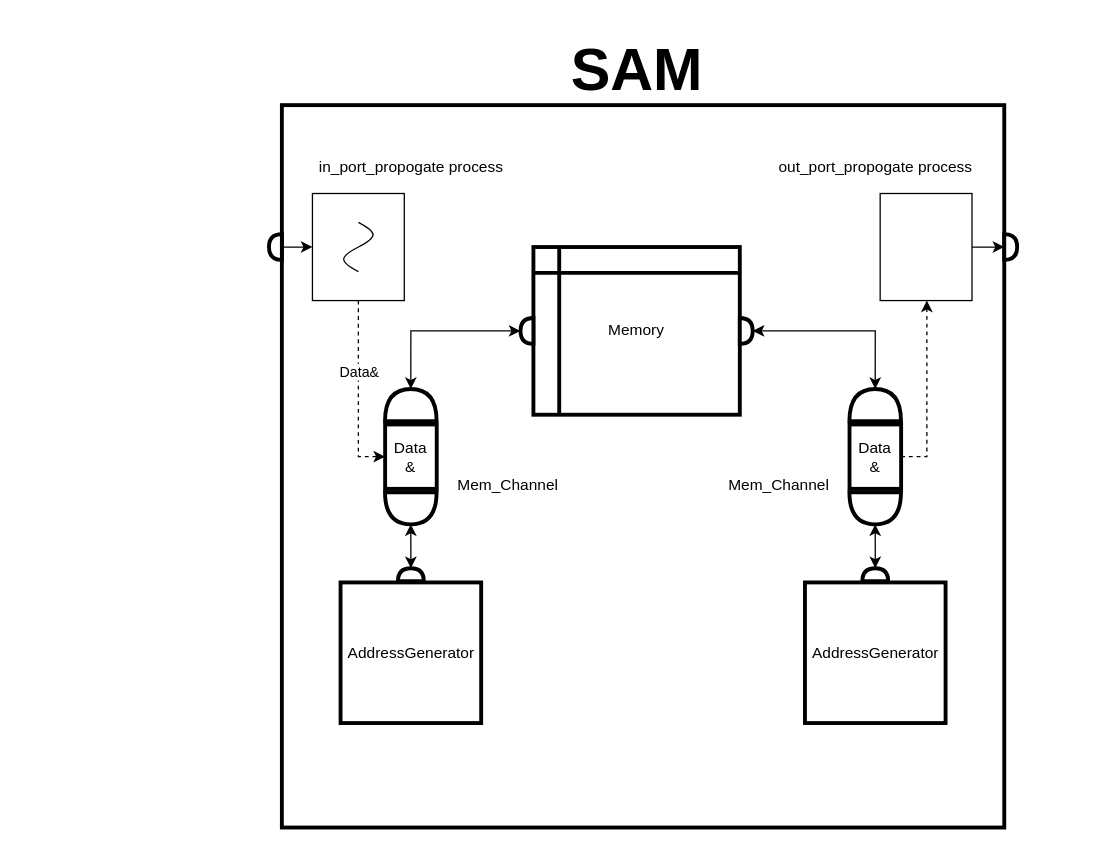
Before: src/ArchBlockDiagram/SAM.dio in Sparkles-Qemu/qemu_system_integration, a draw.io diagram. Source tidied: cells renumbered, new cells numbered last; positions are measured from the earlier drawing's top-left corner, leaving out a move shared by most shapes. Both pictures are drawn from the tidied source at 129%, with x=0, y=0 at pixel (268, 50).
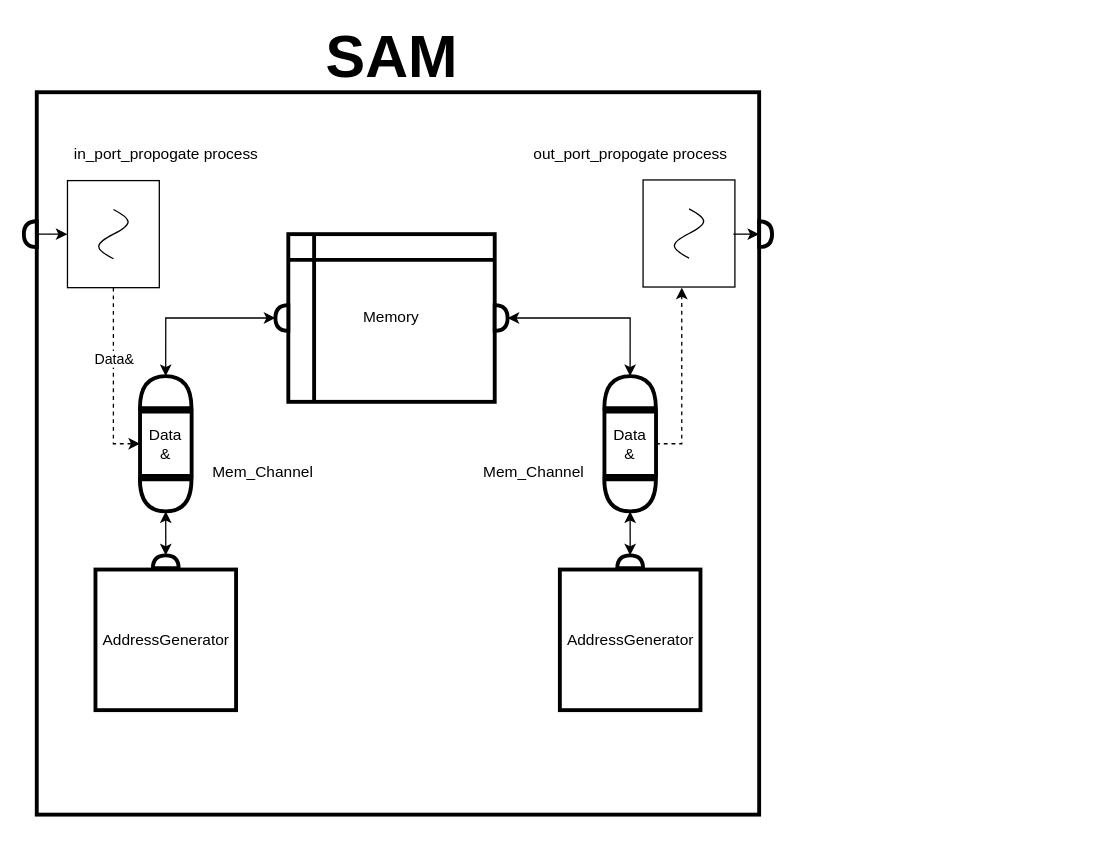
After the change.

Unchanged cells that the change refers to:
```xml
<mxCell id="7" style="shape=or;whiteSpace=wrap;html=1;strokeWidth=3;fillColor=none;rotation=-90;" parent="6" vertex="1">
  <mxGeometry x="7.5" y="-7.5" width="24.9" height="40" as="geometry" />
</mxCell>
<mxCell id="8" value="Data&lt;br&gt;&amp;amp;" style="rounded=0;whiteSpace=wrap;html=1;strokeWidth=3;fillColor=none;rotation=90;horizontal=0;direction=north;" parent="6" vertex="1">
  <mxGeometry x="-4.9" y="32.5" width="49.9" height="40" as="geometry" />
</mxCell>
<mxCell id="9" style="shape=or;whiteSpace=wrap;html=1;strokeWidth=3;fillColor=none;rotation=90;" parent="6" vertex="1">
  <mxGeometry x="7.5" y="72.5" width="24.9" height="40" as="geometry" />
</mxCell>
<mxCell id="14" style="shape=or;whiteSpace=wrap;html=1;strokeWidth=3;fillColor=none;rotation=-90;" parent="13" vertex="1">
  <mxGeometry x="7.5" y="-7.5" width="24.9" height="40" as="geometry" />
</mxCell>
<mxCell id="15" value="Data&lt;br&gt;&amp;amp;" style="rounded=0;whiteSpace=wrap;html=1;strokeWidth=3;fillColor=none;rotation=90;horizontal=0;direction=north;" parent="13" vertex="1">
  <mxGeometry x="-4.9" y="32.5" width="49.9" height="40" as="geometry" />
</mxCell>
<mxCell id="16" style="shape=or;whiteSpace=wrap;html=1;strokeWidth=3;fillColor=none;rotation=90;" parent="13" vertex="1">
  <mxGeometry x="7.5" y="72.5" width="24.9" height="40" as="geometry" />
</mxCell>
<mxCell id="32" style="rounded=0;whiteSpace=wrap;html=1;fillColor=none;" parent="30" vertex="1">
  <mxGeometry width="71.2" height="83" as="geometry" />
</mxCell>
```

The edit, as a diff of the source:
```diff
@@
-    <mxCell id="2" style="group;" parent="1" vertex="1">
-      <mxGeometry width="630" height="602" as="geometry" />
-    </mxCell>
-    <mxCell id="3" style="group;" parent="2" vertex="1">
-      <mxGeometry width="630" height="602" as="geometry" />
-    </mxCell>
+    <mxCell id="40" style="group;" parent="1" vertex="1">
+      <mxGeometry x="-190" y="-10" width="580" height="602" as="geometry" />
+    </mxCell>
+    <mxCell id="41" style="group;" parent="40" vertex="1">
+      <mxGeometry x="480" y="110" width="71.2" height="83" as="geometry" />
+    </mxCell>
+    <mxCell id="42" style="verticalLabelPosition=bottom;shadow=0;dashed=0;align=center;html=1;verticalAlign=top;shape=mxgraph.electrical.waveforms.sine_wave;rotation=90;" parent="41" vertex="1">
+      <mxGeometry x="16.5" y="26.3" width="38.2" height="30.4" as="geometry" />
+    </mxCell>
+    <mxCell id="43" style="rounded=0;whiteSpace=wrap;html=1;fillColor=none;" parent="41" vertex="1">
+      <mxGeometry width="71.2" height="83" as="geometry" />
+    </mxCell>
-    <mxCell id="4" style="whiteSpace=wrap;html=1;strokeWidth=3;fillColor=none;" parent="3" vertex="1">
+    <mxCell id="4" style="whiteSpace=wrap;html=1;strokeWidth=3;fillColor=none;" parent="40" vertex="1">
       <mxGeometry x="10" y="42" width="560" height="560" as="geometry" />
     </mxCell>
-    <mxCell id="5" value="Memory" style="shape=internalStorage;whiteSpace=wrap;html=1;backgroundOutline=1;strokeWidth=3;fillColor=none;" parent="3" vertex="1">
+    <mxCell id="5" value="Memory" style="shape=internalStorage;whiteSpace=wrap;html=1;backgroundOutline=1;strokeWidth=3;fillColor=none;" parent="40" vertex="1">
       <mxGeometry x="205" y="152" width="160" height="130" as="geometry" />
     </mxCell>
-    <mxCell id="6" style="group;" parent="3" vertex="1">
+    <mxCell id="6" style="group;" parent="40" vertex="1">
       <mxGeometry x="90" y="262" width="40" height="104.9" as="geometry" />
     </mxCell>
@@
-    <mxCell id="10" style="shape=or;whiteSpace=wrap;html=1;strokeWidth=3;fillColor=#ffffff;rotation=-180;" parent="3" vertex="1">
+    <mxCell id="10" style="shape=or;whiteSpace=wrap;html=1;strokeWidth=3;fillColor=#ffffff;rotation=-180;" parent="40" vertex="1">
       <mxGeometry x="195" y="207" width="10" height="20" as="geometry" />
     </mxCell>
-    <mxCell id="11" style="edgeStyle=orthogonalEdgeStyle;rounded=0;jettySize=auto;html=1;exitX=1;exitY=0.5;exitDx=0;exitDy=0;exitPerimeter=0;entryX=1;entryY=0.5;entryDx=0;entryDy=0;entryPerimeter=0;startArrow=classic;startFill=1;" parent="3" edge="1" source="7" target="10">
+    <mxCell id="11" style="edgeStyle=orthogonalEdgeStyle;rounded=0;jettySize=auto;html=1;exitX=1;exitY=0.5;exitDx=0;exitDy=0;exitPerimeter=0;entryX=1;entryY=0.5;entryDx=0;entryDy=0;entryPerimeter=0;startArrow=classic;startFill=1;" parent="40" edge="1" source="7" target="10">
       <mxGeometry relative="1" as="geometry" />
     </mxCell>
-    <mxCell id="12" style="shape=or;whiteSpace=wrap;html=1;strokeWidth=3;fillColor=#ffffff;rotation=0;" parent="3" vertex="1">
+    <mxCell id="12" style="shape=or;whiteSpace=wrap;html=1;strokeWidth=3;fillColor=#ffffff;rotation=0;" parent="40" vertex="1">
       <mxGeometry x="365" y="207" width="10" height="20" as="geometry" />
     </mxCell>
-    <mxCell id="13" style="group;" parent="3" vertex="1">
+    <mxCell id="13" style="group;" parent="40" vertex="1">
       <mxGeometry x="450" y="262" width="40" height="104.9" as="geometry" />
     </mxCell>
@@
-    <mxCell id="17" style="edgeStyle=orthogonalEdgeStyle;rounded=0;jettySize=auto;html=1;entryX=1;entryY=0.5;entryDx=0;entryDy=0;entryPerimeter=0;startArrow=classic;startFill=1;" parent="3" edge="1" source="12" target="14">
+    <mxCell id="17" style="edgeStyle=orthogonalEdgeStyle;rounded=0;jettySize=auto;html=1;entryX=1;entryY=0.5;entryDx=0;entryDy=0;entryPerimeter=0;startArrow=classic;startFill=1;" parent="40" edge="1" source="12" target="14">
       <mxGeometry relative="1" as="geometry" />
     </mxCell>
-    <mxCell id="18" value="AddressGenerator" style="whiteSpace=wrap;html=1;strokeWidth=3;fillColor=none;" parent="3" vertex="1">
+    <mxCell id="18" value="AddressGenerator" style="whiteSpace=wrap;html=1;strokeWidth=3;fillColor=none;" parent="40" vertex="1">
       <mxGeometry x="55.5" y="412" width="109" height="109" as="geometry" />
     </mxCell>
-    <mxCell id="19" style="edgeStyle=orthogonalEdgeStyle;rounded=0;jettySize=auto;html=1;entryX=1;entryY=0.5;entryDx=0;entryDy=0;entryPerimeter=0;startArrow=classic;startFill=1;" parent="3" edge="1" source="20" target="9">
+    <mxCell id="19" style="edgeStyle=orthogonalEdgeStyle;rounded=0;jettySize=auto;html=1;entryX=1;entryY=0.5;entryDx=0;entryDy=0;entryPerimeter=0;startArrow=classic;startFill=1;" parent="40" edge="1" source="20" target="9">
       <mxGeometry relative="1" as="geometry" />
     </mxCell>
-    <mxCell id="20" style="shape=or;whiteSpace=wrap;html=1;strokeWidth=3;fillColor=#ffffff;rotation=-90;" parent="3" vertex="1">
+    <mxCell id="20" style="shape=or;whiteSpace=wrap;html=1;strokeWidth=3;fillColor=#ffffff;rotation=-90;" parent="40" vertex="1">
       <mxGeometry x="105" y="396" width="10" height="20" as="geometry" />
     </mxCell>
-    <mxCell id="21" style="edgeStyle=orthogonalEdgeStyle;rounded=0;jettySize=auto;html=1;entryX=1;entryY=0.5;entryDx=0;entryDy=0;entryPerimeter=0;startArrow=classic;startFill=1;" parent="3" edge="1" source="22" target="16">
+    <mxCell id="21" style="edgeStyle=orthogonalEdgeStyle;rounded=0;jettySize=auto;html=1;entryX=1;entryY=0.5;entryDx=0;entryDy=0;entryPerimeter=0;startArrow=classic;startFill=1;" parent="40" edge="1" source="22" target="16">
       <mxGeometry relative="1" as="geometry" />
     </mxCell>
-    <mxCell id="22" style="shape=or;whiteSpace=wrap;html=1;strokeWidth=3;fillColor=#ffffff;rotation=-90;" parent="3" vertex="1">
+    <mxCell id="22" style="shape=or;whiteSpace=wrap;html=1;strokeWidth=3;fillColor=#ffffff;rotation=-90;" parent="40" vertex="1">
       <mxGeometry x="465" y="396" width="10" height="20" as="geometry" />
     </mxCell>
-    <mxCell id="23" value="Mem_Channel" style="text;html=1;align=center;verticalAlign=middle;" parent="3" vertex="1">
+    <mxCell id="23" value="Mem_Channel" style="text;html=1;align=center;verticalAlign=middle;" parent="40" vertex="1">
       <mxGeometry x="140" y="326.9" width="90" height="20" as="geometry" />
     </mxCell>
-    <mxCell id="24" value="Mem_Channel" style="text;html=1;align=center;verticalAlign=middle;" parent="3" vertex="1">
+    <mxCell id="24" value="Mem_Channel" style="text;html=1;align=center;verticalAlign=middle;" parent="40" vertex="1">
       <mxGeometry x="350" y="326.9" width="90" height="20" as="geometry" />
     </mxCell>
-    <mxCell id="25" value="AddressGenerator" style="whiteSpace=wrap;html=1;strokeWidth=3;fillColor=none;" parent="3" vertex="1">
+    <mxCell id="25" value="AddressGenerator" style="whiteSpace=wrap;html=1;strokeWidth=3;fillColor=none;" parent="40" vertex="1">
       <mxGeometry x="415.5" y="412" width="109" height="109" as="geometry" />
     </mxCell>
-    <mxCell id="26" style="edgeStyle=orthogonalEdgeStyle;rounded=0;jettySize=auto;html=1;" parent="3" edge="1" source="27" target="32">
-      <mxGeometry relative="1" as="geometry" />
-    </mxCell>
-    <mxCell id="27" style="shape=or;whiteSpace=wrap;html=1;strokeWidth=3;fillColor=#ffffff;rotation=-180;" parent="3" vertex="1">
+    <mxCell id="27" style="shape=or;whiteSpace=wrap;html=1;strokeWidth=3;fillColor=#ffffff;rotation=-180;" parent="40" vertex="1">
       <mxGeometry y="142" width="10" height="20" as="geometry" />
     </mxCell>
-    <mxCell id="28" style="shape=or;whiteSpace=wrap;html=1;strokeWidth=3;fillColor=#ffffff;rotation=0;" parent="3" vertex="1">
+    <mxCell id="28" style="shape=or;whiteSpace=wrap;html=1;strokeWidth=3;fillColor=#ffffff;rotation=0;" parent="40" vertex="1">
       <mxGeometry x="570" y="142" width="10" height="20" as="geometry" />
     </mxCell>
-    <mxCell id="29" value="&lt;b&gt;&lt;font style=&quot;font-size: 46px&quot;&gt;SAM&lt;/font&gt;&lt;/b&gt;" style="text;html=1;align=center;verticalAlign=middle;" parent="3" vertex="1">
+    <mxCell id="29" value="&lt;b&gt;&lt;font style=&quot;font-size: 46px&quot;&gt;SAM&lt;/font&gt;&lt;/b&gt;" style="text;html=1;align=center;verticalAlign=middle;" parent="40" vertex="1">
       <mxGeometry x="225" width="120" height="30" as="geometry" />
     </mxCell>
-    <mxCell id="30" style="group;" parent="3" vertex="1">
-      <mxGeometry x="33.7" y="110.5" width="71.2" height="83" as="geometry" />
+    <mxCell id="30" style="group;" parent="40" vertex="1">
+      <mxGeometry x="33.8" y="110.5" width="71.2" height="83" as="geometry" />
     </mxCell>
@@
+    <mxCell id="26" style="edgeStyle=orthogonalEdgeStyle;rounded=0;jettySize=auto;html=1;" parent="40" edge="1" source="27" target="32">
+      <mxGeometry relative="1" as="geometry" />
+    </mxCell>
-    <mxCell id="33" style="edgeStyle=orthogonalEdgeStyle;rounded=0;jettySize=auto;html=1;entryX=0;entryY=0.5;entryDx=0;entryDy=0;startArrow=none;startFill=0;endArrow=classic;endFill=1;dashed=1;" parent="3" edge="1" source="32" target="8">
+    <mxCell id="33" style="edgeStyle=orthogonalEdgeStyle;rounded=0;jettySize=auto;html=1;entryX=0;entryY=0.5;entryDx=0;entryDy=0;startArrow=none;startFill=0;endArrow=classic;endFill=1;dashed=1;" parent="40" edge="1" source="32" target="8">
       <mxGeometry relative="1" as="geometry" />
     </mxCell>
@@
-    <mxCell id="35" value="in_port_propogate process" style="text;html=1;align=center;verticalAlign=middle;" parent="3" vertex="1">
+    <mxCell id="35" value="in_port_propogate process" style="text;html=1;align=center;verticalAlign=middle;" parent="40" vertex="1">
       <mxGeometry x="30" y="80" width="160" height="20" as="geometry" />
     </mxCell>
-    <mxCell id="36" style="edgeStyle=orthogonalEdgeStyle;rounded=0;jettySize=auto;html=1;entryX=0;entryY=0.5;entryDx=0;entryDy=0;entryPerimeter=0;startArrow=none;startFill=0;endArrow=classic;endFill=1;" parent="3" edge="1" source="37" target="28">
-      <mxGeometry relative="1" as="geometry" />
+    <mxCell id="36" style="edgeStyle=orthogonalEdgeStyle;rounded=0;jettySize=auto;html=1;entryX=0;entryY=0.5;entryDx=0;entryDy=0;entryPerimeter=0;startArrow=none;startFill=0;endArrow=classic;endFill=1;" parent="40" edge="1" target="28">
+      <mxGeometry relative="1" as="geometry">
+        <mxPoint x="550" y="152" as="sourcePoint" />
+      </mxGeometry>
     </mxCell>
-    <mxCell id="37" style="rounded=0;whiteSpace=wrap;html=1;fillColor=none;" parent="3" vertex="1">
-      <mxGeometry x="473.8" y="110.5" width="71.2" height="83" as="geometry" />
-    </mxCell>
-    <mxCell id="38" value="out_port_propogate process" style="text;html=1;align=center;verticalAlign=middle;" parent="3" vertex="1">
+    <mxCell id="38" value="out_port_propogate process" style="text;html=1;align=center;verticalAlign=middle;" parent="40" vertex="1">
       <mxGeometry x="385" y="80" width="170" height="20" as="geometry" />
     </mxCell>
-    <mxCell id="39" style="edgeStyle=orthogonalEdgeStyle;rounded=0;jettySize=auto;html=1;dashed=1;startArrow=none;startFill=0;endArrow=classic;endFill=1;" parent="3" edge="1" source="15" target="37">
+    <mxCell id="39" style="edgeStyle=orthogonalEdgeStyle;rounded=0;jettySize=auto;html=1;dashed=1;startArrow=none;startFill=0;endArrow=classic;endFill=1;" parent="40" edge="1" source="15">
       <mxGeometry relative="1" as="geometry">
+        <mxPoint x="510" y="193.5" as="targetPoint" />
         <Array as="points">
           <mxPoint x="510" y="315" />
         </Array>
       </mxGeometry>
     </mxCell>
```
